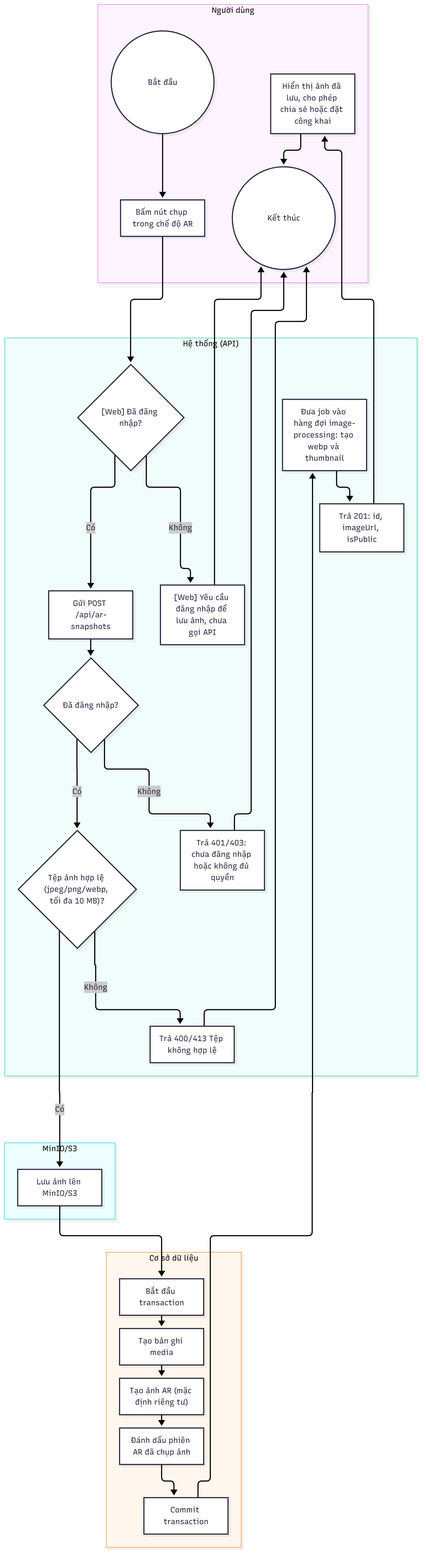
2431540234-arch/XDUDTMDT keeps this Mermaid diagram as docs/diagrams/png/activity_UC-3D-04_chup-va-luu-anh-ar.png. Above is the earlier version. Its source is kept beside it as docs/diagrams/src/activity_UC-3D-04_chup-va-luu-anh-ar.mmd. The source it was exported from:
```mermaid
flowchart TD
    subgraph LANE_A["Người dùng"]
        n1(("Bắt đầu"))
        n2["Bấm nút chụp trong chế độ AR"]
        n18["Hiển thị ảnh đã lưu, cho phép chia sẻ hoặc đặt công khai"]
        n19(("Kết thúc"))
    end
    subgraph LANE_S["Hệ thống (API)"]
        n3{"[Web] Đã đăng nhập?"}
        n4["[Web] Yêu cầu đăng nhập để lưu ảnh, chưa gọi API"]
        n5["Gửi POST /api/ar-snapshots"]
        n6{"Đã đăng nhập?"}
        n7["Trả 401/403: chưa đăng nhập hoặc không đủ quyền"]
        n8{"Tệp ảnh hợp lệ (jpeg/png/webp, tối đa 10 MB)?"}
        n9["Trả 400/413 Tệp không hợp lệ"]
        n16["Đưa job vào hàng đợi image-processing: tạo webp và thumbnail"]
        n17["Trả 201: id, imageUrl, isPublic"]
    end
    subgraph LANE_D["Cơ sở dữ liệu"]
        n11["Bắt đầu transaction"]
        n12["Tạo bản ghi media"]
        n13["Tạo ảnh AR (mặc định riêng tư)"]
        n14["Đánh dấu phiên AR đã chụp ảnh"]
        n15["Commit transaction"]
    end
    subgraph LANE_X["MinIO/S3"]
        n10["Lưu ảnh lên MinIO/S3"]
    end
    n1 --> n2
    n2 --> n3
    n3 -->|"Không"| n4
    n3 -->|"Có"| n5
    n5 --> n6
    n6 -->|"Không"| n7
    n6 -->|"Có"| n8
    n8 -->|"Không"| n9
    n8 -->|"Có"| n10
    n10 --> n11
    n11 --> n12
    n12 --> n13
    n13 --> n14
    n14 --> n15
    n15 --> n16
    n16 --> n17
    n17 --> n18
    n18 --> n19
    n4 --> n19
    n7 --> n19
    n9 --> n19
```
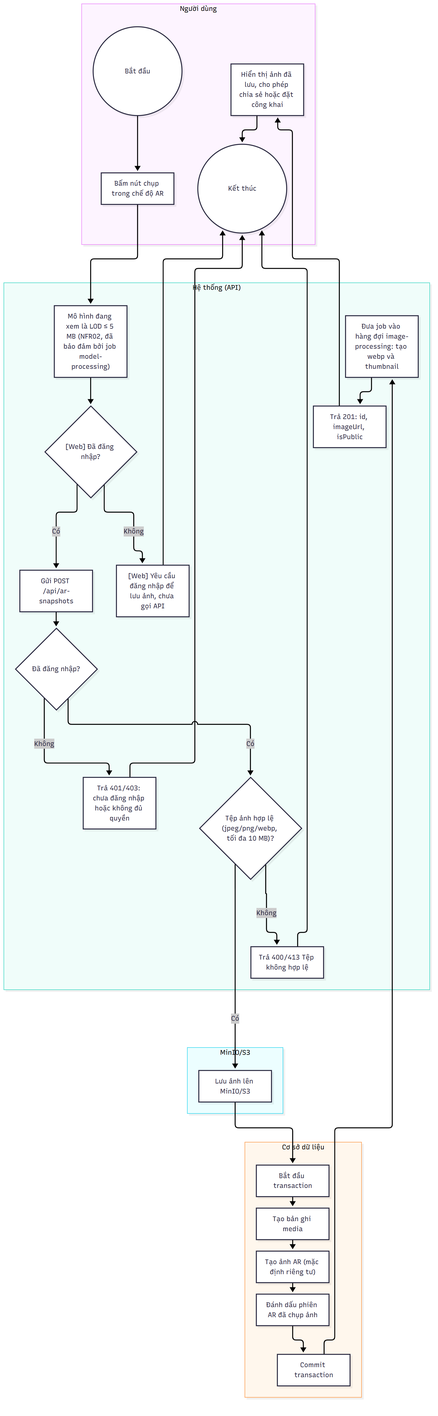
Later version of the same file.

The edit, as a diff of the source:
```diff
@@ -8,6 +8,7 @@
     subgraph LANE_S["Hệ thống (API)"]
         n3{"[Web] Đã đăng nhập?"}
         n4["[Web] Yêu cầu đăng nhập để lưu ảnh, chưa gọi API"]
+        n20["Mô hình đang xem là LOD ≤ 5 MB (NFR02, đã bảo đảm bởi job model-processing)"]
         n5["Gửi POST /api/ar-snapshots"]
         n6{"Đã đăng nhập?"}
         n7["Trả 401/403: chưa đăng nhập hoặc không đủ quyền"]
@@ -27,7 +28,8 @@
         n10["Lưu ảnh lên MinIO/S3"]
     end
     n1 --> n2
-    n2 --> n3
+    n2 --> n20
+    n20 --> n3
     n3 -->|"Không"| n4
     n3 -->|"Có"| n5
     n5 --> n6
```
